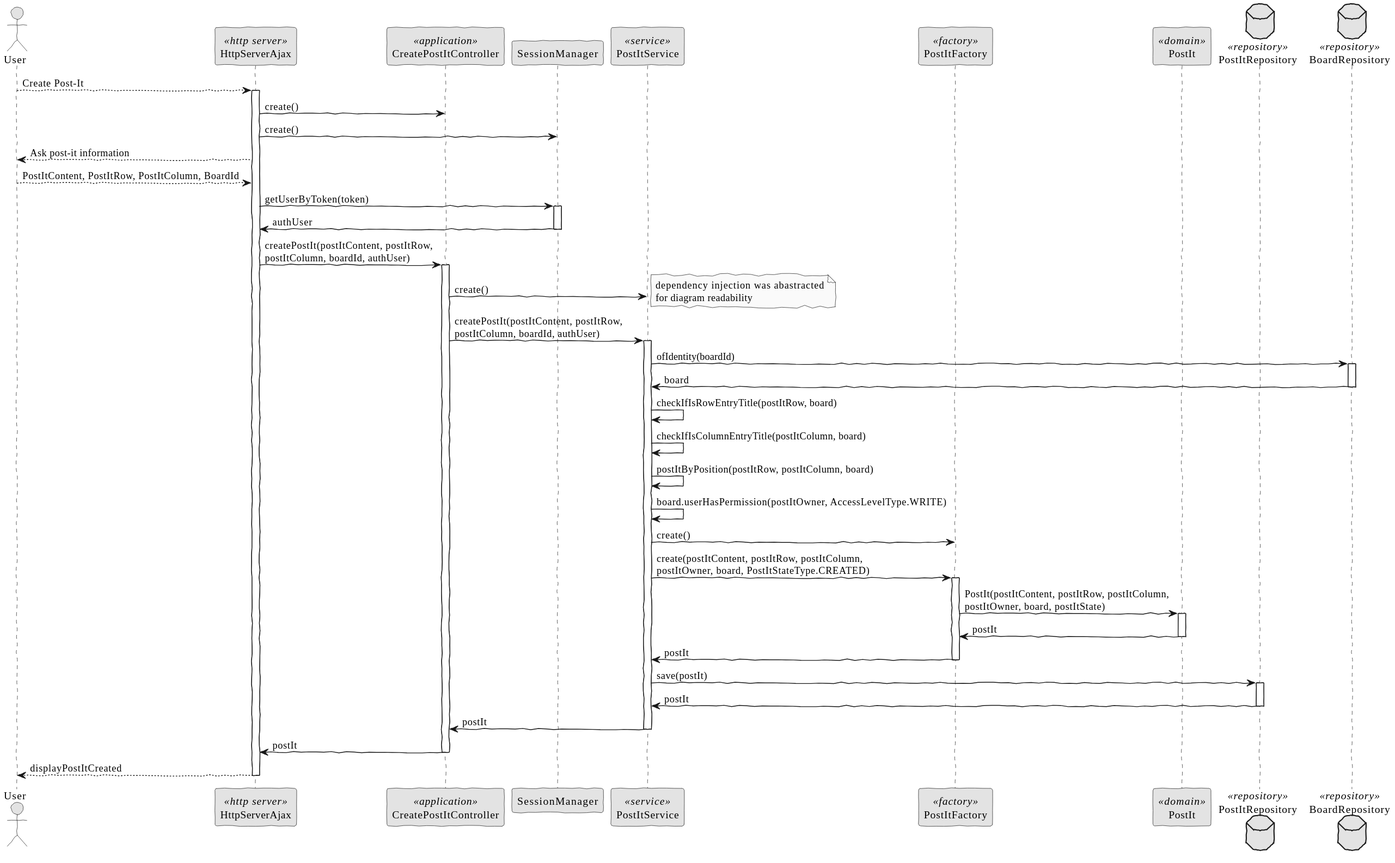
Before: docs/SPRINT C/US_3006/SD/CreatePostIt-SD.svg, a diagram exported from PlantUML (brunacosta03/sem4pi_22_23).
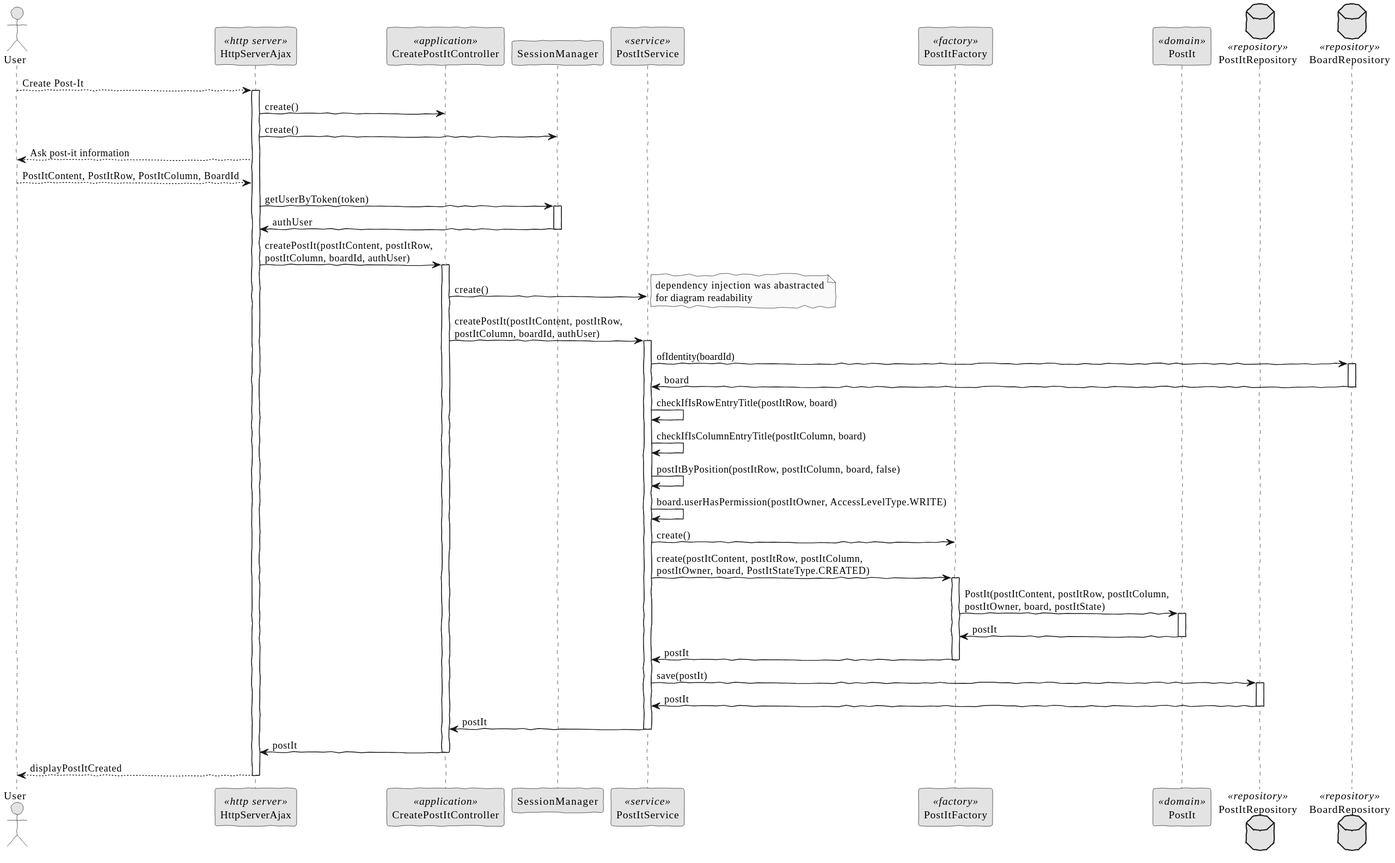
Later version of the same file.

What changed in the source:
```diff
@@ -47,7 +47,7 @@
 
         Service -> Service: checkIfIsRowEntryTitle(postItRow, board)
         Service -> Service: checkIfIsColumnEntryTitle(postItColumn, board)
-        Service -> Service: postItByPosition(postItRow, postItColumn, board)
+        Service -> Service: postItByPosition(postItRow, postItColumn, board, false)
         Service -> Service: board.userHasPermission(postItOwner, AccessLevelType.WRITE)
 
 
```
